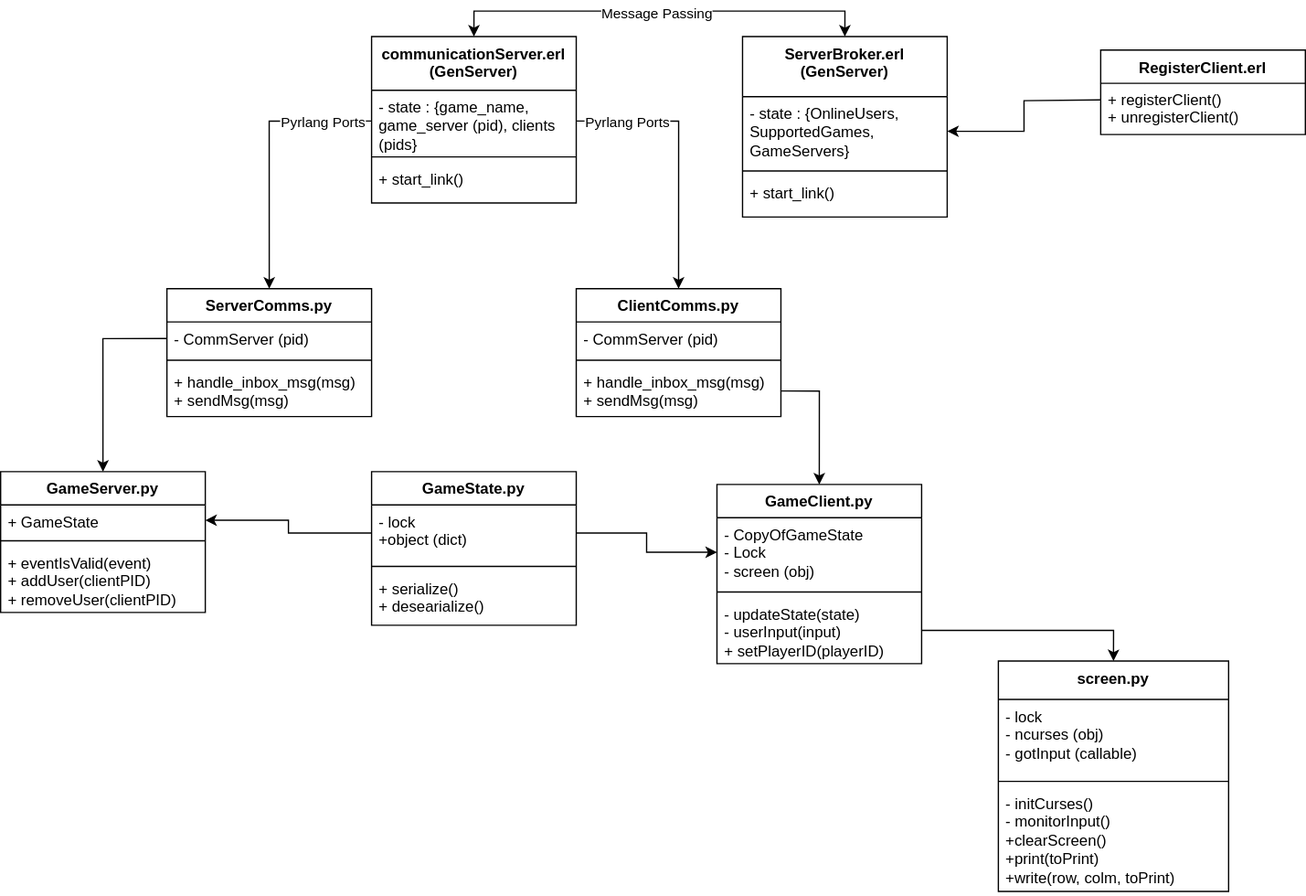
Before: topology/ClassDiagrams.drawio.svg, a diagram exported from draw.io (cole-glotfelty/Halligame). Source tidied: cells renumbered, new cells last; positions are measured from the earlier drawing's top-left corner, leaving out a move shared by most shapes.
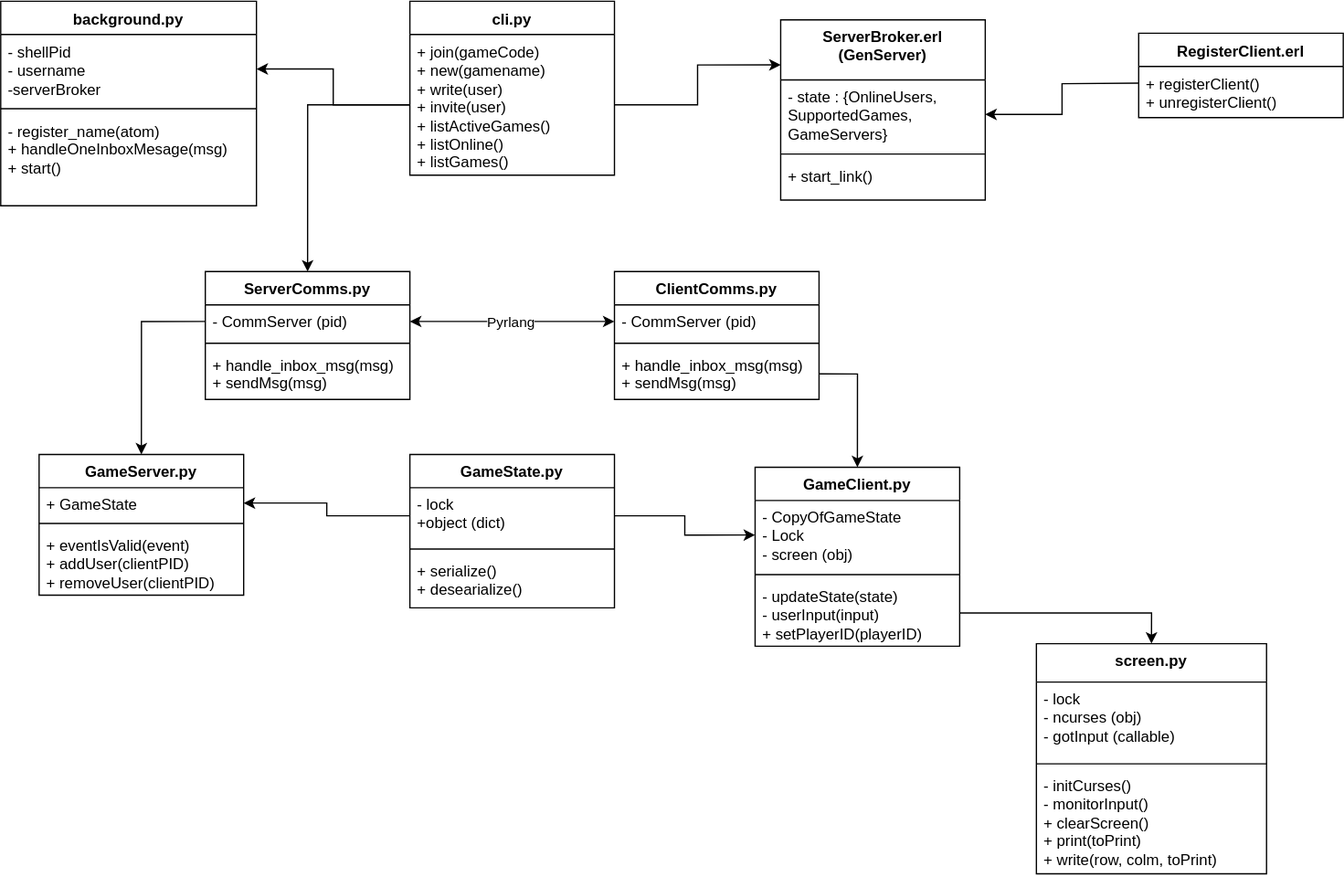
After the change.

Commit message:
updated class diagram

Diff of the diagram source:
```diff
@@ -23,7 +23,7 @@
     <mxCell id="8" style="line;strokeWidth=1;fillColor=none;align=left;verticalAlign=middle;spacingTop=-1;spacingLeft=3;spacingRight=3;labelPosition=right;strokeColor=inherit;" parent="6" vertex="1">
       <mxGeometry y="90" width="180" height="8" as="geometry" />
     </mxCell>
-    <mxCell id="9" value="&lt;div&gt;- initCurses()&lt;/div&gt;&lt;div&gt;- monitorInput()&lt;/div&gt;&lt;div&gt;+clearScreen()&lt;/div&gt;&lt;div&gt;+print(toPrint)&lt;/div&gt;&lt;div&gt;+write(row, colm, toPrint)&lt;/div&gt;" style="text;strokeColor=none;fillColor=none;align=left;verticalAlign=top;spacingLeft=4;spacingRight=4;overflow=hidden;whiteSpace=wrap;html=1;" parent="6" vertex="1">
+    <mxCell id="9" value="&lt;div&gt;- initCurses()&lt;/div&gt;&lt;div&gt;- monitorInput()&lt;/div&gt;&lt;div&gt;+ clearScreen()&lt;/div&gt;&lt;div&gt;+ print(toPrint)&lt;/div&gt;&lt;div&gt;+ write(row, colm, toPrint)&lt;/div&gt;" style="text;strokeColor=none;fillColor=none;align=left;verticalAlign=top;spacingLeft=4;spacingRight=4;overflow=hidden;whiteSpace=wrap;html=1;" parent="6" vertex="1">
       <mxGeometry y="98" width="180" height="82" as="geometry" />
     </mxCell>
     <mxCell id="10" value="GameClient.py" style="swimlane;fontStyle=1;align=center;verticalAlign=top;horizontal=1;startSize=26;whiteSpace=wrap;html=1;fillColor=none;" parent="1" vertex="1">
@@ -38,24 +38,6 @@
     <mxCell id="13" value="- updateState(state)&lt;div&gt;- userInput(input)&lt;/div&gt;&lt;div&gt;+ setPlayerID(playerID)&lt;/div&gt;" style="text;strokeColor=none;fillColor=none;align=left;verticalAlign=top;spacingLeft=4;spacingRight=4;overflow=hidden;points=[[0,0.5],[1,0.5]];portConstraint=eastwest;whiteSpace=wrap;html=1;" parent="10" vertex="1">
       <mxGeometry y="88" width="160" height="52" as="geometry" />
     </mxCell>
-    <mxCell id="14" style="edgeStyle=orthogonalEdgeStyle;rounded=0;jettySize=auto;html=1;exitX=0.5;exitY=0;exitDx=0;exitDy=0;entryX=0.5;entryY=0;entryDx=0;entryDy=0;startArrow=classic;startFill=1;" parent="1" edge="1" source="16" target="26">
-      <mxGeometry relative="1" as="geometry" />
-    </mxCell>
-    <mxCell id="15" value="Message Passing" style="edgeLabel;html=1;align=center;verticalAlign=middle;" parent="14" vertex="1">
-      <mxGeometry x="-0.01" y="-1" relative="1" as="geometry" />
-    </mxCell>
-    <mxCell id="16" value="communicationServer.erl&lt;div&gt;(GenServer)&lt;/div&gt;" style="swimlane;fontStyle=1;align=center;verticalAlign=top;horizontal=1;startSize=42;whiteSpace=wrap;html=1;fillColor=none;" parent="1" vertex="1">
-      <mxGeometry x="290" width="160" height="130" as="geometry" />
-    </mxCell>
-    <mxCell id="17" value="- state : {game_name, game_server (pid), clients (pids}" style="text;strokeColor=none;fillColor=none;align=left;verticalAlign=top;spacingLeft=4;spacingRight=4;overflow=hidden;points=[[0,0.5],[1,0.5]];portConstraint=eastwest;whiteSpace=wrap;html=1;" parent="16" vertex="1">
-      <mxGeometry y="42" width="160" height="48" as="geometry" />
-    </mxCell>
-    <mxCell id="18" style="line;strokeWidth=1;fillColor=none;align=left;verticalAlign=middle;spacingTop=-1;spacingLeft=3;spacingRight=3;labelPosition=right;strokeColor=inherit;" parent="16" vertex="1">
-      <mxGeometry y="90" width="160" height="8" as="geometry" />
-    </mxCell>
-    <mxCell id="19" value="+ start_link()" style="text;strokeColor=none;fillColor=none;align=left;verticalAlign=top;spacingLeft=4;spacingRight=4;overflow=hidden;whiteSpace=wrap;html=1;" parent="16" vertex="1">
-      <mxGeometry y="98" width="160" height="32" as="geometry" />
-    </mxCell>
     <mxCell id="20" value="GameServer.py" style="swimlane;fontStyle=1;align=center;verticalAlign=top;horizontal=1;startSize=26;whiteSpace=wrap;html=1;fillColor=none;" parent="1" vertex="1">
       <mxGeometry y="340" width="160" height="110" as="geometry" />
     </mxCell>
@@ -109,25 +91,9 @@
     <mxCell id="36" style="edgeStyle=orthogonalEdgeStyle;rounded=0;jettySize=auto;html=1;exitX=1;exitY=0.5;exitDx=0;exitDy=0;entryX=0.5;entryY=0;entryDx=0;entryDy=0;" parent="1" edge="1" source="13" target="6">
       <mxGeometry relative="1" as="geometry" />
     </mxCell>
-    <mxCell id="37" style="edgeStyle=orthogonalEdgeStyle;rounded=0;jettySize=auto;html=1;exitX=0;exitY=0.5;exitDx=0;exitDy=0;entryX=0.5;entryY=0;entryDx=0;entryDy=0;" parent="1" edge="1" source="17" target="31">
-      <mxGeometry relative="1" as="geometry" />
-    </mxCell>
-    <mxCell id="38" value="Pyrlang Ports" style="edgeLabel;html=1;align=center;verticalAlign=middle;" parent="37" vertex="1">
-      <mxGeometry x="-0.81" relative="1" as="geometry">
-        <mxPoint x="-19" as="offset" />
-      </mxGeometry>
-    </mxCell>
     <mxCell id="39" style="edgeStyle=orthogonalEdgeStyle;rounded=0;jettySize=auto;html=1;exitX=0;exitY=0.5;exitDx=0;exitDy=0;entryX=0.5;entryY=0;entryDx=0;entryDy=0;" parent="1" edge="1" source="32" target="20">
       <mxGeometry relative="1" as="geometry" />
     </mxCell>
-    <mxCell id="40" style="edgeStyle=orthogonalEdgeStyle;rounded=0;jettySize=auto;html=1;exitX=1;exitY=0.5;exitDx=0;exitDy=0;entryX=0.5;entryY=0;entryDx=0;entryDy=0;" parent="1" edge="1" source="17" target="2">
-      <mxGeometry relative="1" as="geometry" />
-    </mxCell>
-    <mxCell id="41" value="Pyrlang Ports" style="edgeLabel;html=1;align=center;verticalAlign=middle;" parent="40" vertex="1">
-      <mxGeometry x="-0.73" y="-2" relative="1" as="geometry">
-        <mxPoint x="11" y="-2" as="offset" />
-      </mxGeometry>
-    </mxCell>
     <mxCell id="42" value="GameState.py" style="swimlane;fontStyle=1;align=center;verticalAlign=top;horizontal=1;startSize=26;whiteSpace=wrap;html=1;" parent="1" vertex="1">
       <mxGeometry x="290" y="340" width="160" height="120" as="geometry" />
     </mxCell>
@@ -146,5 +112,38 @@
     <mxCell id="47" style="edgeStyle=orthogonalEdgeStyle;rounded=0;jettySize=auto;html=1;exitX=1;exitY=0.5;exitDx=0;exitDy=0;entryX=0;entryY=0.5;entryDx=0;entryDy=0;" parent="1" edge="1" source="43" target="11">
       <mxGeometry relative="1" as="geometry" />
     </mxCell>
+    <mxCell id="48" style="edgeStyle=orthogonalEdgeStyle;rounded=0;jettySize=auto;html=1;exitX=0;exitY=0.5;exitDx=0;exitDy=0;entryX=1;entryY=0.5;entryDx=0;entryDy=0;startArrow=classic;startFill=1;" parent="1" edge="1" source="3" target="32">
+      <mxGeometry relative="1" as="geometry" />
+    </mxCell>
+    <mxCell id="49" value="Pyrlang" style="edgeLabel;html=1;align=center;verticalAlign=middle;" parent="48" vertex="1">
+      <mxGeometry x="0.01" relative="1" as="geometry" />
+    </mxCell>
+    <mxCell id="50" value="cli.py" style="swimlane;fontStyle=1;align=center;verticalAlign=top;horizontal=1;startSize=26;whiteSpace=wrap;html=1;" parent="1" vertex="1">
+      <mxGeometry x="290" y="-14.5" width="160" height="136" as="geometry" />
+    </mxCell>
+    <mxCell id="51" value="+ join(gameCode)&lt;div&gt;+ new(gamename)&lt;/div&gt;&lt;div&gt;+ write(user)&lt;/div&gt;&lt;div&gt;+ invite(user)&lt;/div&gt;&lt;div&gt;+ listActiveGames()&lt;/div&gt;&lt;div&gt;+ listOnline()&lt;/div&gt;&lt;div&gt;+ listGames()&lt;/div&gt;" style="text;strokeColor=none;fillColor=none;align=left;verticalAlign=top;spacingLeft=4;spacingRight=4;overflow=hidden;points=[[0,0.5],[1,0.5]];portConstraint=eastwest;whiteSpace=wrap;html=1;" parent="50" vertex="1">
+      <mxGeometry y="26" width="160" height="110" as="geometry" />
+    </mxCell>
+    <mxCell id="52" style="edgeStyle=orthogonalEdgeStyle;rounded=0;jettySize=auto;html=1;exitX=1;exitY=0.5;exitDx=0;exitDy=0;entryX=0;entryY=0.25;entryDx=0;entryDy=0;" parent="1" edge="1" source="51" target="26">
+      <mxGeometry relative="1" as="geometry" />
+    </mxCell>
+    <mxCell id="53" style="edgeStyle=orthogonalEdgeStyle;rounded=0;jettySize=auto;html=1;exitX=0;exitY=0.5;exitDx=0;exitDy=0;entryX=0.5;entryY=0;entryDx=0;entryDy=0;" parent="1" edge="1" source="51" target="31">
+      <mxGeometry relative="1" as="geometry" />
+    </mxCell>
+    <mxCell id="54" value="background.py" style="swimlane;fontStyle=1;align=center;verticalAlign=top;horizontal=1;startSize=26;whiteSpace=wrap;html=1;" parent="1" vertex="1">
+      <mxGeometry x="-30" y="-14.5" width="200" height="160" as="geometry" />
+    </mxCell>
+    <mxCell id="55" value="- shellPid&lt;div&gt;- username&lt;/div&gt;&lt;div&gt;-serverBroker&lt;/div&gt;" style="text;strokeColor=none;fillColor=none;align=left;verticalAlign=top;spacingLeft=4;spacingRight=4;overflow=hidden;points=[[0,0.5],[1,0.5]];portConstraint=eastwest;whiteSpace=wrap;html=1;" parent="54" vertex="1">
+      <mxGeometry y="26" width="200" height="54" as="geometry" />
+    </mxCell>
+    <mxCell id="56" style="line;strokeWidth=1;fillColor=none;align=left;verticalAlign=middle;spacingTop=-1;spacingLeft=3;spacingRight=3;labelPosition=right;strokeColor=inherit;" parent="54" vertex="1">
+      <mxGeometry y="80" width="200" height="8" as="geometry" />
+    </mxCell>
+    <mxCell id="57" value="- register_name(atom)&lt;div&gt;+ handleOneInboxMesage(msg)&lt;/div&gt;&lt;div&gt;+ start()&lt;/div&gt;" style="text;strokeColor=none;fillColor=none;align=left;verticalAlign=top;spacingLeft=4;spacingRight=4;overflow=hidden;whiteSpace=wrap;html=1;" parent="54" vertex="1">
+      <mxGeometry y="88" width="200" height="72" as="geometry" />
+    </mxCell>
+    <mxCell id="58" style="edgeStyle=orthogonalEdgeStyle;rounded=0;jettySize=auto;html=1;exitX=0;exitY=0.5;exitDx=0;exitDy=0;entryX=1;entryY=0.5;entryDx=0;entryDy=0;" parent="1" edge="1" source="51" target="55">
+      <mxGeometry relative="1" as="geometry" />
+    </mxCell>
   </root>
 </mxGraphModel>
```
